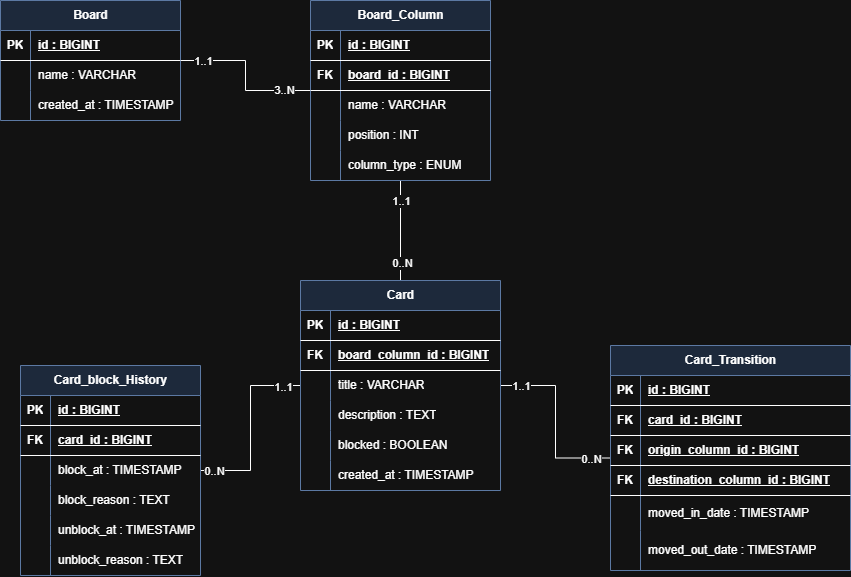
Earlier version of the draw.io export board-de-tarefas/images/board-de-tarefas-der.drawio.png (willianmv/dio-java-bootcamp). Source tidied: cells renumbered, new cells last; positions are measured from the earlier drawing's top-left corner, leaving out a move shared by most shapes.
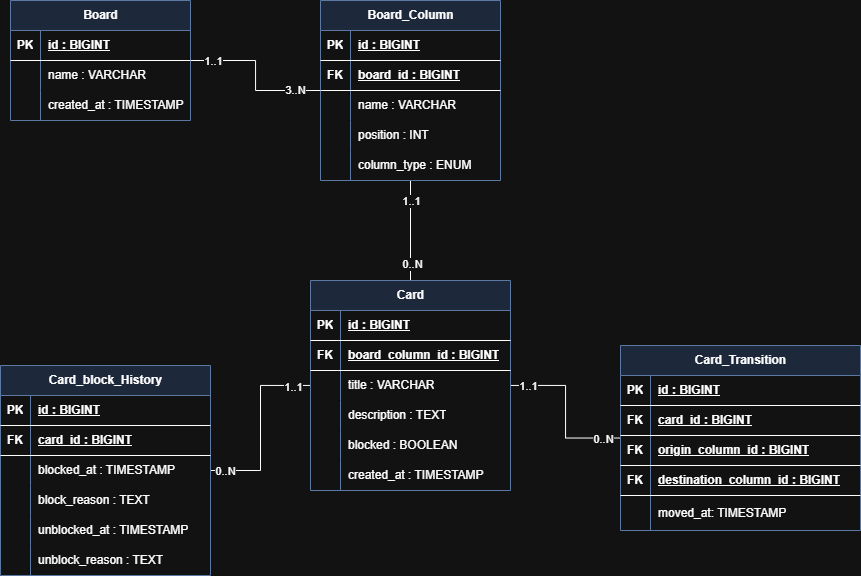
The same diagram one commit later.

Commit message:
Desafio: Board de Tarefas, corrige readme

Change to the diagram source:
```diff
@@ -174,64 +174,64 @@
       <mxGeometry x="30" width="170" height="30" as="geometry" />
     </mxCell>
     <mxCell id="59" value="Card_block_History" style="shape=table;startSize=30;rowLines=0;fontStyle=1;align=center;html=1;fillColor=#dae8fc;strokeColor=#6c8ebf;" parent="1" vertex="1">
-      <mxGeometry x="20" y="365" width="180" height="210" as="geometry" />
+      <mxGeometry x="-10" y="365" width="210" height="210" as="geometry" />
     </mxCell>
     <mxCell id="60" style="shape=tableRow;horizontal=0;startSize=0;swimlaneHead=0;swimlaneBody=0;fillColor=none;top=0;left=0;right=0;bottom=1;" parent="59" vertex="1">
-      <mxGeometry y="30" width="180" height="30" as="geometry" />
+      <mxGeometry y="30" width="210" height="30" as="geometry" />
     </mxCell>
     <mxCell id="61" value="PK" style="shape=partialRectangle;fillColor=none;top=0;left=0;bottom=0;right=0;fontStyle=1;overflow=hidden;whiteSpace=wrap;html=1;" parent="60" vertex="1">
       <mxGeometry width="30" height="30" as="geometry" />
     </mxCell>
     <mxCell id="62" value="id : BIGINT" style="shape=partialRectangle;fillColor=none;top=0;left=0;bottom=0;right=0;align=left;spacingLeft=6;fontStyle=5;overflow=hidden;whiteSpace=wrap;html=1;" parent="60" vertex="1">
-      <mxGeometry x="30" width="150" height="30" as="geometry" />
+      <mxGeometry x="30" width="180" height="30" as="geometry" />
     </mxCell>
     <mxCell id="63" style="shape=tableRow;horizontal=0;startSize=0;swimlaneHead=0;swimlaneBody=0;fillColor=none;top=0;left=0;right=0;bottom=1;" parent="59" vertex="1">
-      <mxGeometry y="60" width="180" height="30" as="geometry" />
+      <mxGeometry y="60" width="210" height="30" as="geometry" />
     </mxCell>
     <mxCell id="64" value="FK" style="shape=partialRectangle;fillColor=none;top=0;left=0;bottom=0;right=0;fontStyle=1;overflow=hidden;whiteSpace=wrap;html=1;" parent="63" vertex="1">
       <mxGeometry width="30" height="30" as="geometry" />
     </mxCell>
     <mxCell id="65" value="card_id : BIGINT" style="shape=partialRectangle;fillColor=none;top=0;left=0;bottom=0;right=0;align=left;spacingLeft=6;fontStyle=5;overflow=hidden;whiteSpace=wrap;html=1;" parent="63" vertex="1">
-      <mxGeometry x="30" width="150" height="30" as="geometry" />
+      <mxGeometry x="30" width="180" height="30" as="geometry" />
     </mxCell>
     <mxCell id="66" style="shape=tableRow;horizontal=0;startSize=0;swimlaneHead=0;swimlaneBody=0;fillColor=none;top=0;left=0;right=0;bottom=0;" parent="59" vertex="1">
-      <mxGeometry y="90" width="180" height="30" as="geometry" />
+      <mxGeometry y="90" width="210" height="30" as="geometry" />
     </mxCell>
     <mxCell id="67" style="shape=partialRectangle;fillColor=none;top=0;left=0;bottom=0;right=0;overflow=hidden;whiteSpace=wrap;html=1;" parent="66" vertex="1">
       <mxGeometry width="30" height="30" as="geometry" />
     </mxCell>
-    <mxCell id="68" value="block_at : TIMESTAMP" style="shape=partialRectangle;fillColor=none;top=0;left=0;bottom=0;right=0;align=left;spacingLeft=6;overflow=hidden;whiteSpace=wrap;html=1;" parent="66" vertex="1">
-      <mxGeometry x="30" width="150" height="30" as="geometry" />
+    <mxCell id="68" value="blocked_at : TIMESTAMP" style="shape=partialRectangle;fillColor=none;top=0;left=0;bottom=0;right=0;align=left;spacingLeft=6;overflow=hidden;whiteSpace=wrap;html=1;" parent="66" vertex="1">
+      <mxGeometry x="30" width="180" height="30" as="geometry" />
     </mxCell>
     <mxCell id="69" style="shape=tableRow;horizontal=0;startSize=0;swimlaneHead=0;swimlaneBody=0;fillColor=none;top=0;left=0;right=0;bottom=0;" parent="59" vertex="1">
-      <mxGeometry y="120" width="180" height="30" as="geometry" />
+      <mxGeometry y="120" width="210" height="30" as="geometry" />
     </mxCell>
     <mxCell id="70" style="shape=partialRectangle;fillColor=none;top=0;left=0;bottom=0;right=0;overflow=hidden;whiteSpace=wrap;html=1;" parent="69" vertex="1">
       <mxGeometry width="30" height="30" as="geometry" />
     </mxCell>
     <mxCell id="71" value="block_reason : TEXT" style="shape=partialRectangle;fillColor=none;top=0;left=0;bottom=0;right=0;align=left;spacingLeft=6;overflow=hidden;whiteSpace=wrap;html=1;" parent="69" vertex="1">
-      <mxGeometry x="30" width="150" height="30" as="geometry" />
+      <mxGeometry x="30" width="180" height="30" as="geometry" />
     </mxCell>
     <mxCell id="72" style="shape=tableRow;horizontal=0;startSize=0;swimlaneHead=0;swimlaneBody=0;fillColor=none;top=0;left=0;right=0;bottom=0;" parent="59" vertex="1">
-      <mxGeometry y="150" width="180" height="30" as="geometry" />
+      <mxGeometry y="150" width="210" height="30" as="geometry" />
     </mxCell>
     <mxCell id="73" style="shape=partialRectangle;fillColor=none;top=0;left=0;bottom=0;right=0;overflow=hidden;whiteSpace=wrap;html=1;" parent="72" vertex="1">
       <mxGeometry width="30" height="30" as="geometry" />
     </mxCell>
-    <mxCell id="74" value="unblock_at : TIMESTAMP" style="shape=partialRectangle;fillColor=none;top=0;left=0;bottom=0;right=0;align=left;spacingLeft=6;overflow=hidden;whiteSpace=wrap;html=1;" parent="72" vertex="1">
-      <mxGeometry x="30" width="150" height="30" as="geometry" />
+    <mxCell id="74" value="unblocked_at : TIMESTAMP" style="shape=partialRectangle;fillColor=none;top=0;left=0;bottom=0;right=0;align=left;spacingLeft=6;overflow=hidden;whiteSpace=wrap;html=1;" parent="72" vertex="1">
+      <mxGeometry x="30" width="180" height="30" as="geometry" />
     </mxCell>
     <mxCell id="75" style="shape=tableRow;horizontal=0;startSize=0;swimlaneHead=0;swimlaneBody=0;fillColor=none;top=0;left=0;right=0;bottom=0;" parent="59" vertex="1">
-      <mxGeometry y="180" width="180" height="30" as="geometry" />
+      <mxGeometry y="180" width="210" height="30" as="geometry" />
     </mxCell>
     <mxCell id="76" style="shape=partialRectangle;fillColor=none;top=0;left=0;bottom=0;right=0;overflow=hidden;whiteSpace=wrap;html=1;" parent="75" vertex="1">
       <mxGeometry width="30" height="30" as="geometry" />
     </mxCell>
     <mxCell id="77" value="unblock_reason : TEXT" style="shape=partialRectangle;fillColor=none;top=0;left=0;bottom=0;right=0;align=left;spacingLeft=6;overflow=hidden;whiteSpace=wrap;html=1;" parent="75" vertex="1">
-      <mxGeometry x="30" width="150" height="30" as="geometry" />
+      <mxGeometry x="30" width="180" height="30" as="geometry" />
     </mxCell>
     <mxCell id="78" value="Card_Transition" style="shape=table;startSize=30;rowLines=0;fontStyle=1;align=center;html=1;fillColor=#dae8fc;strokeColor=#6c8ebf;" parent="1" vertex="1">
-      <mxGeometry x="610" y="345" width="240" height="225" as="geometry" />
+      <mxGeometry x="610" y="345" width="240" height="185" as="geometry" />
     </mxCell>
     <mxCell id="79" style="shape=tableRow;horizontal=0;startSize=0;swimlaneHead=0;swimlaneBody=0;fillColor=none;top=0;left=0;right=0;bottom=1;" parent="78" vertex="1">
       <mxGeometry y="30" width="240" height="30" as="geometry" />
@@ -275,17 +275,8 @@
     <mxCell id="92" style="shape=partialRectangle;fillColor=none;top=0;left=0;bottom=0;right=0;overflow=hidden;whiteSpace=wrap;html=1;" parent="91" vertex="1">
       <mxGeometry width="30" height="35" as="geometry" />
     </mxCell>
-    <mxCell id="93" value="moved_in_date : TIMESTAMP" style="shape=partialRectangle;fillColor=none;top=0;left=0;bottom=0;right=0;align=left;spacingLeft=6;overflow=hidden;whiteSpace=wrap;html=1;" parent="91" vertex="1">
+    <mxCell id="93" value="moved_at: TIMESTAMP" style="shape=partialRectangle;fillColor=none;top=0;left=0;bottom=0;right=0;align=left;spacingLeft=6;overflow=hidden;whiteSpace=wrap;html=1;" parent="91" vertex="1">
       <mxGeometry x="30" width="210" height="35" as="geometry" />
     </mxCell>
-    <mxCell id="94" style="shape=tableRow;horizontal=0;startSize=0;swimlaneHead=0;swimlaneBody=0;fillColor=none;top=0;left=0;right=0;bottom=0;" parent="78" vertex="1">
-      <mxGeometry y="185" width="240" height="40" as="geometry" />
-    </mxCell>
-    <mxCell id="95" style="shape=partialRectangle;fillColor=none;top=0;left=0;bottom=0;right=0;overflow=hidden;whiteSpace=wrap;html=1;" parent="94" vertex="1">
-      <mxGeometry width="30" height="40" as="geometry" />
-    </mxCell>
-    <mxCell id="96" value="moved_out_date : TIMESTAMP" style="shape=partialRectangle;fillColor=none;top=0;left=0;bottom=0;right=0;align=left;spacingLeft=6;overflow=hidden;whiteSpace=wrap;html=1;" parent="94" vertex="1">
-      <mxGeometry x="30" width="210" height="40" as="geometry" />
-    </mxCell>
   </root>
 </mxGraphModel>
```
